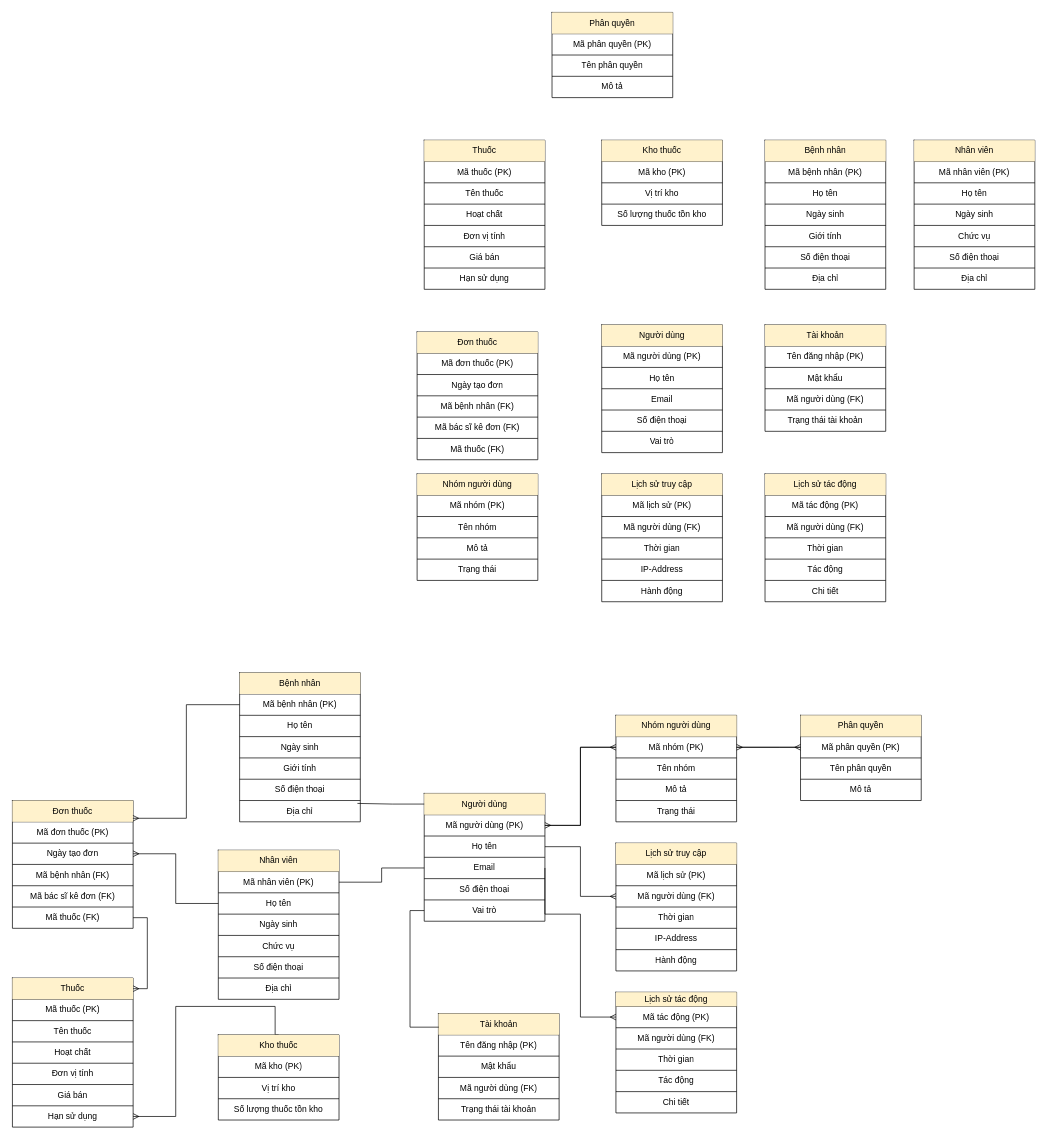
Earlier version of the draw.io diagram So do CSDL.drawio (nguyentrung181/DA1). Source tidied: cells renumbered, new cells numbered last; positions are measured from the earlier drawing's top-left corner, leaving out a move shared by most shapes. Both pictures are drawn from the tidied source at 71%, with x=0, y=0 at pixel (12, 12).
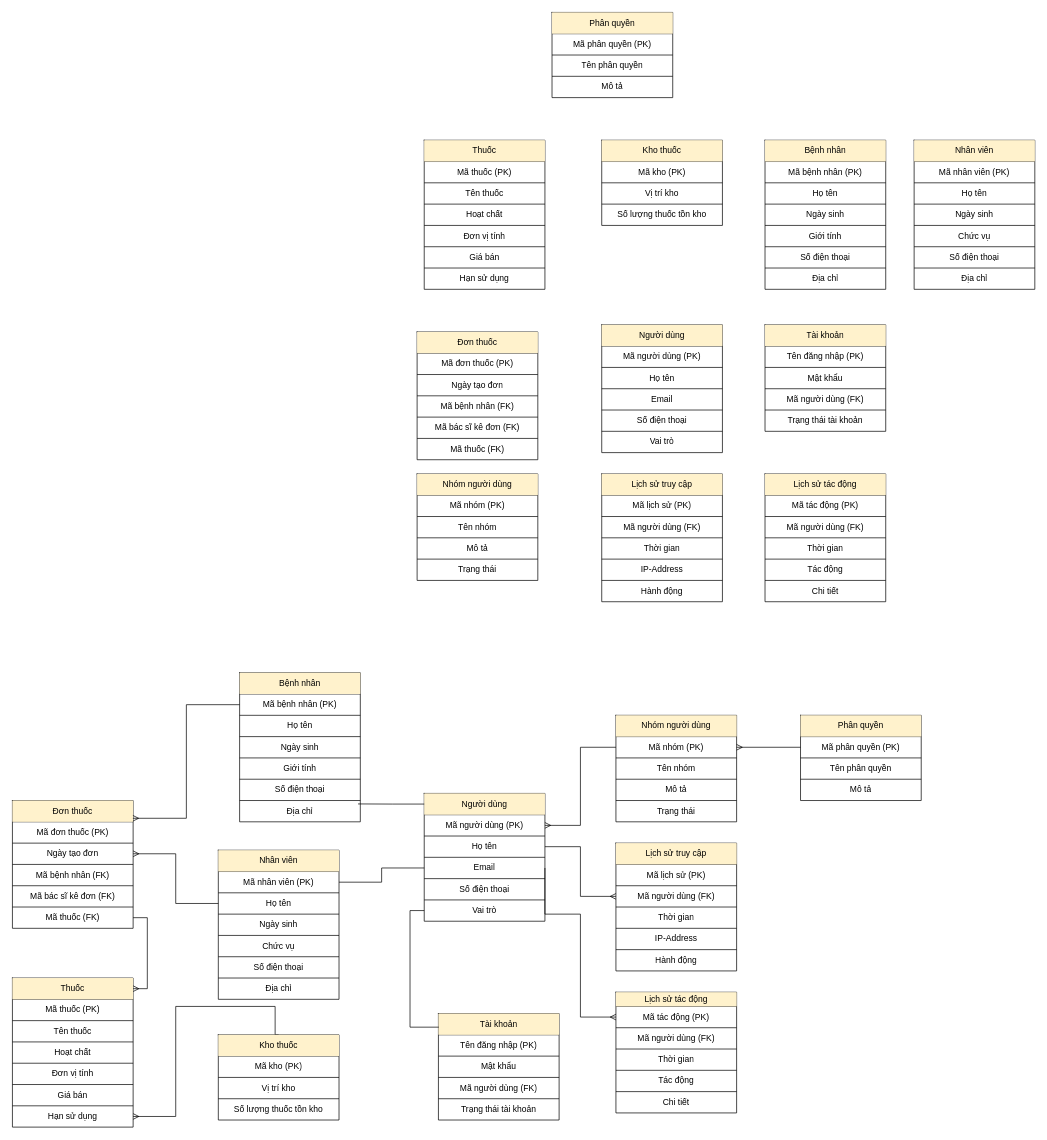
The same page after the edit.

Unchanged cells that the change refers to:
```xml
<mxCell id="116" style="shape=tableRow;horizontal=0;startSize=0;swimlaneHead=0;swimlaneBody=0;strokeColor=inherit;top=0;left=0;bottom=0;right=0;fillColor=none;points=[[0,0.5],[1,0.5]];portConstraint=eastwest;" parent="115" vertex="1">
  <mxGeometry width="170" height="30" as="geometry" />
</mxCell>
<mxCell id="118" style="shape=tableRow;horizontal=0;startSize=0;swimlaneHead=0;swimlaneBody=0;strokeColor=inherit;top=0;left=0;bottom=0;right=0;fillColor=none;points=[[0,0.5],[1,0.5]];portConstraint=eastwest;" parent="115" vertex="1">
  <mxGeometry y="30" width="170" height="30" as="geometry" />
</mxCell>
<mxCell id="122" style="shape=tableRow;horizontal=0;startSize=0;swimlaneHead=0;swimlaneBody=0;strokeColor=inherit;top=0;left=0;bottom=0;right=0;fillColor=none;points=[[0,0.5],[1,0.5]];portConstraint=eastwest;" parent="115" vertex="1">
  <mxGeometry y="90" width="170" height="30" as="geometry" />
</mxCell>
<mxCell id="131" style="shape=tableRow;horizontal=0;startSize=0;swimlaneHead=0;swimlaneBody=0;strokeColor=inherit;top=0;left=0;bottom=0;right=0;fillColor=none;points=[[0,0.5],[1,0.5]];portConstraint=eastwest;" parent="128" vertex="1">
  <mxGeometry y="30" width="170" height="30" as="geometry" />
</mxCell>
<mxCell id="151" style="shape=tableRow;horizontal=0;startSize=0;swimlaneHead=0;swimlaneBody=0;strokeColor=inherit;top=0;left=0;bottom=0;right=0;fillColor=none;points=[[0,0.5],[1,0.5]];portConstraint=eastwest;" parent="148" vertex="1">
  <mxGeometry y="30" width="170" height="30" as="geometry" />
</mxCell>
<mxCell id="241" style="shape=tableRow;horizontal=0;startSize=0;swimlaneHead=0;swimlaneBody=0;strokeColor=inherit;top=0;left=0;bottom=0;right=0;fillColor=none;points=[[0,0.5],[1,0.5]];portConstraint=eastwest;" parent="228" vertex="1">
  <mxGeometry y="180" width="170" height="30" as="geometry" />
</mxCell>
<mxCell id="246" style="shape=tableRow;horizontal=0;startSize=0;swimlaneHead=0;swimlaneBody=0;strokeColor=inherit;top=0;left=0;bottom=0;right=0;fillColor=none;points=[[0,0.5],[1,0.5]];portConstraint=eastwest;" parent="243" vertex="1">
  <mxGeometry y="30" width="170" height="30" as="geometry" />
</mxCell>
```

What changed in the source:
```diff
@@
-    <mxCell id="184" style="edgeStyle=orthogonalEdgeStyle;rounded=0;jettySize=auto;html=1;exitX=1;exitY=0.5;exitDx=0;exitDy=0;entryX=0;entryY=0.5;entryDx=0;entryDy=0;endArrow=ERmany;endFill=0;" parent="1" edge="1" source="118" target="131">
-      <mxGeometry relative="1" as="geometry" />
-    </mxCell>
-    <mxCell id="185" style="edgeStyle=orthogonalEdgeStyle;rounded=0;jettySize=auto;html=1;exitX=0;exitY=0.5;exitDx=0;exitDy=0;entryX=1;entryY=0.5;entryDx=0;entryDy=0;endArrow=ERmany;endFill=0;" parent="1" edge="1" source="131" target="118">
-      <mxGeometry relative="1" as="geometry">
-        <Array as="points">
-          <mxPoint x="800" y="1035" />
-          <mxPoint x="800" y="1145" />
-        </Array>
-      </mxGeometry>
-    </mxCell>
-    <mxCell id="186" style="edgeStyle=orthogonalEdgeStyle;rounded=0;jettySize=auto;html=1;exitX=1;exitY=0.5;exitDx=0;exitDy=0;entryX=0;entryY=0.5;entryDx=0;entryDy=0;endArrow=ERmany;endFill=0;" parent="1" edge="1" source="131" target="151">
-      <mxGeometry relative="1" as="geometry" />
-    </mxCell>
-    <mxCell id="187" style="edgeStyle=orthogonalEdgeStyle;rounded=0;jettySize=auto;html=1;exitX=0;exitY=0.5;exitDx=0;exitDy=0;entryX=1;entryY=0.5;entryDx=0;entryDy=0;endArrow=ERmany;endFill=0;" parent="1" edge="1" source="151" target="131">
-      <mxGeometry relative="1" as="geometry">
-        <Array as="points">
-          <mxPoint x="1080" y="1035" />
-          <mxPoint x="1080" y="1035" />
-        </Array>
-      </mxGeometry>
-    </mxCell>
@@
+    <mxCell id="288" style="edgeStyle=orthogonalEdgeStyle;rounded=0;jettySize=auto;html=1;exitX=0;exitY=0.5;exitDx=0;exitDy=0;entryX=1;entryY=0.5;entryDx=0;entryDy=0;endArrow=none;startFill=0;" parent="1" edge="1" source="122" target="246">
+      <mxGeometry relative="1" as="geometry" />
+    </mxCell>
+    <mxCell id="289" style="edgeStyle=orthogonalEdgeStyle;rounded=0;orthogonalLoop=1;jettySize=auto;html=1;exitX=0;exitY=0.5;exitDx=0;exitDy=0;entryX=1;entryY=0.5;entryDx=0;entryDy=0;endArrow=ERmany;endFill=0;" parent="1" edge="1">
+      <mxGeometry relative="1" as="geometry">
+        <mxPoint x="850" y="1035" as="sourcePoint" />
+        <mxPoint x="750" y="1145" as="targetPoint" />
+        <Array as="points">
+          <mxPoint x="800" y="1035" />
+          <mxPoint x="800" y="1145" />
+        </Array>
+      </mxGeometry>
+    </mxCell>
-    <mxCell id="287" style="edgeStyle=orthogonalEdgeStyle;rounded=0;jettySize=auto;html=1;exitX=0;exitY=0.5;exitDx=0;exitDy=0;entryX=0.976;entryY=0.136;entryDx=0;entryDy=0;entryPerimeter=0;endArrow=none;startFill=0;" parent="1" edge="1" source="116" target="241">
+    <mxCell id="287" style="edgeStyle=orthogonalEdgeStyle;rounded=0;jettySize=auto;html=1;exitX=0;exitY=0.5;exitDx=0;exitDy=0;entryX=0.981;entryY=0.16;entryDx=0;entryDy=0;entryPerimeter=0;endArrow=none;startFill=0;" parent="1" edge="1" source="116" target="241">
       <mxGeometry relative="1" as="geometry" />
     </mxCell>
-    <mxCell id="288" style="edgeStyle=orthogonalEdgeStyle;rounded=0;jettySize=auto;html=1;exitX=0;exitY=0.5;exitDx=0;exitDy=0;entryX=1;entryY=0.5;entryDx=0;entryDy=0;endArrow=none;startFill=0;" parent="1" edge="1" source="122" target="246">
-      <mxGeometry relative="1" as="geometry" />
-    </mxCell>
+    <mxCell id="187" style="edgeStyle=orthogonalEdgeStyle;rounded=0;jettySize=auto;html=1;exitX=0;exitY=0.5;exitDx=0;exitDy=0;entryX=1;entryY=0.5;entryDx=0;entryDy=0;endArrow=ERmany;endFill=0;" parent="1" edge="1" source="151" target="131">
+      <mxGeometry relative="1" as="geometry" />
+    </mxCell>
```
